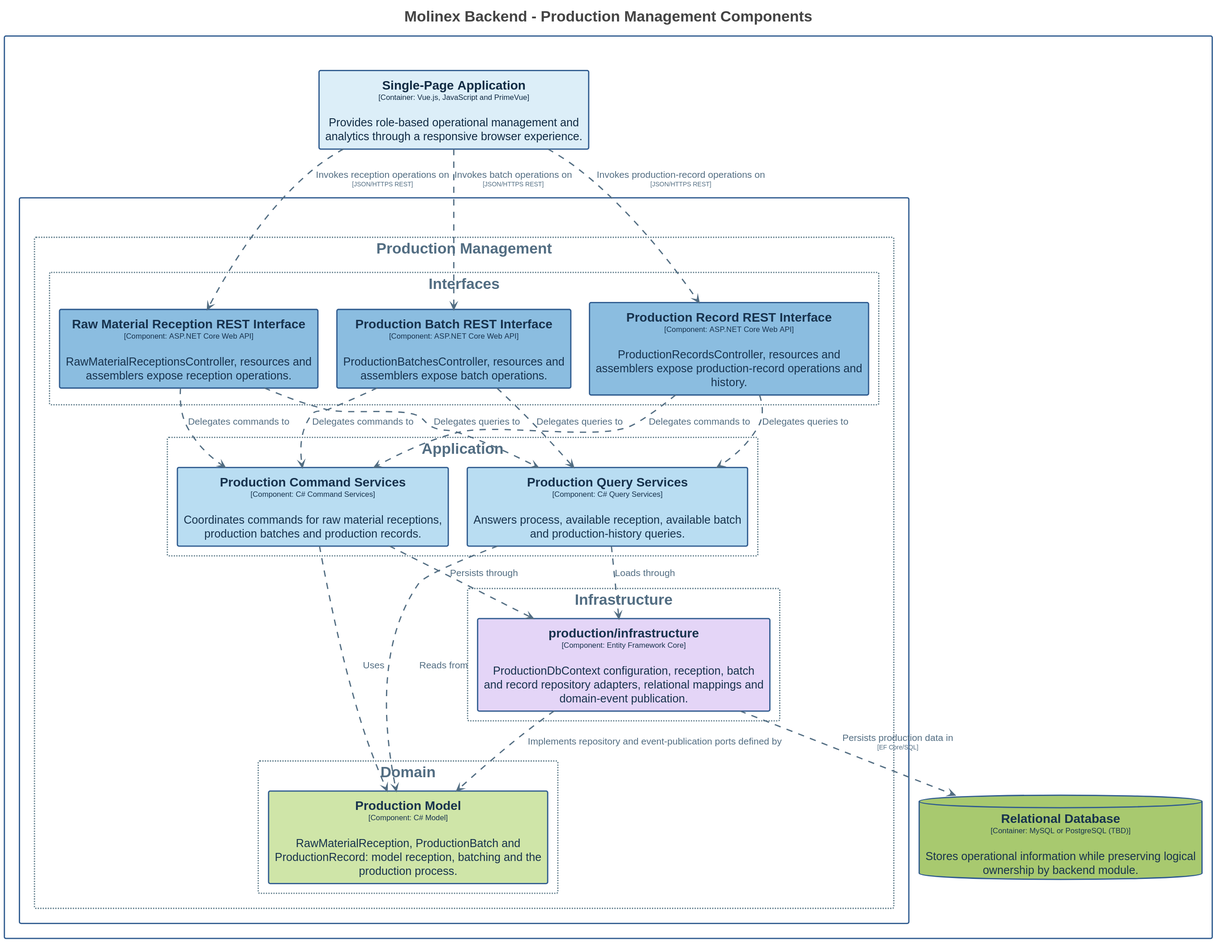
Above: assets/Images Chapter 4/Domain-Driven Software Architecture/C4 Model/backend-production-management-component-diagram.svg in Vanguard-app-web/molinex-report-apweb (PlantUML), before the change. The source it was exported from:
```plantuml
@startuml
title <size:24>Molinex Backend - Production Management Components</size>

set separator none
top to bottom direction
skinparam ranksep 60
skinparam nodesep 30
hide stereotype

<style>
  root {
    BackgroundColor: #ffffff;
    FontColor: #444444;
  }
  // Element,Component,Backend Application Layer
  .Element-RWxlbWVudCxDb21wb25lbnQsQmFja2VuZCBBcHBsaWNhdGlvbiBMYXllcg== {
    BackgroundColor: #b9ddf2;
    LineColor: #2f5b8f;
    LineStyle: 0;
    LineThickness: 2;
    FontColor: #17324d;
    FontSize: 18;
    HorizontalAlignment: center;
    Shadowing: 0;
    MaximumWidth: 450;
  }
  // Element,Component,Backend Domain
  .Element-RWxlbWVudCxDb21wb25lbnQsQmFja2VuZCBEb21haW4= {
    BackgroundColor: #cfe5a8;
    LineColor: #2f5b8f;
    LineStyle: 0;
    LineThickness: 2;
    FontColor: #17324d;
    FontSize: 18;
    HorizontalAlignment: center;
    Shadowing: 0;
    MaximumWidth: 450;
  }
  // Element,Component,Backend Infrastructure
  .Element-RWxlbWVudCxDb21wb25lbnQsQmFja2VuZCBJbmZyYXN0cnVjdHVyZQ== {
    BackgroundColor: #e4d5f7;
    LineColor: #2f5b8f;
    LineStyle: 0;
    LineThickness: 2;
    FontColor: #17324d;
    FontSize: 18;
    HorizontalAlignment: center;
    Shadowing: 0;
    MaximumWidth: 450;
  }
  // Element,Component,Backend Interfaces
  .Element-RWxlbWVudCxDb21wb25lbnQsQmFja2VuZCBJbnRlcmZhY2Vz {
    BackgroundColor: #8bbde0;
    LineColor: #2f5b8f;
    LineStyle: 0;
    LineThickness: 2;
    FontColor: #17324d;
    FontSize: 18;
    HorizontalAlignment: center;
    Shadowing: 0;
    MaximumWidth: 450;
  }
  // Element,Container,Database
  .Element-RWxlbWVudCxDb250YWluZXIsRGF0YWJhc2U= {
    BackgroundColor: #a8c96f;
    LineColor: #2f5b8f;
    LineStyle: 0;
    LineThickness: 2;
    FontColor: #17324d;
    FontSize: 18;
    HorizontalAlignment: center;
    Shadowing: 0;
    MaximumWidth: 450;
  }
  // Element,Container,SPA
  .Element-RWxlbWVudCxDb250YWluZXIsU1BB {
    BackgroundColor: #dceef8;
    LineColor: #2f5b8f;
    LineStyle: 0;
    LineThickness: 2;
    FontColor: #102a43;
    FontSize: 18;
    HorizontalAlignment: center;
    Shadowing: 0;
    MaximumWidth: 450;
  }
  // Relationship
  .Relationship-UmVsYXRpb25zaGlw {
    LineThickness: 2;
    LineStyle: 10-10;
    LineColor: #526d82;
    FontColor: #526d82;
    FontSize: 15;
  }
  // Molinex Platform
  .Boundary-TW9saW5leCBQbGF0Zm9ybQ== {
    BackgroundColor: #ffffff;
    LineColor: #2f5b8f;
    LineStyle: 0;
    LineThickness: 2;
    FontColor: #ffffff;
    FontSize: 18;
    HorizontalAlignment: center;
    Shadowing: 0;
  }
  // RESTful API
  .Boundary-UkVTVGZ1bCBBUEk= {
    BackgroundColor: #ffffff;
    LineColor: #2f5b8f;
    LineStyle: 0;
    LineThickness: 2;
    FontColor: #ffffff;
    FontSize: 18;
    HorizontalAlignment: center;
    Shadowing: 0;
  }
  // Production Management
  .Group-UHJvZHVjdGlvbiBNYW5hZ2VtZW50 {
    BackgroundColor: #ffffff;
    LineColor: #607d8b;
    LineStyle: 2-2;
    LineThickness: 2;
    FontColor: #526d82;
    FontSize: 24;
    HorizontalAlignment: center;
    Shadowing: 0;
  }
  // Production Management/Application
  .Group-UHJvZHVjdGlvbiBNYW5hZ2VtZW50L0FwcGxpY2F0aW9u {
    BackgroundColor: #ffffff;
    LineColor: #607d8b;
    LineStyle: 2-2;
    LineThickness: 2;
    FontColor: #526d82;
    FontSize: 24;
    HorizontalAlignment: center;
    Shadowing: 0;
  }
  // Production Management/Domain
  .Group-UHJvZHVjdGlvbiBNYW5hZ2VtZW50L0RvbWFpbg== {
    BackgroundColor: #ffffff;
    LineColor: #607d8b;
    LineStyle: 2-2;
    LineThickness: 2;
    FontColor: #526d82;
    FontSize: 24;
    HorizontalAlignment: center;
    Shadowing: 0;
  }
  // Production Management/Infrastructure
  .Group-UHJvZHVjdGlvbiBNYW5hZ2VtZW50L0luZnJhc3RydWN0dXJl {
    BackgroundColor: #ffffff;
    LineColor: #607d8b;
    LineStyle: 2-2;
    LineThickness: 2;
    FontColor: #526d82;
    FontSize: 24;
    HorizontalAlignment: center;
    Shadowing: 0;
  }
  // Production Management/Interfaces
  .Group-UHJvZHVjdGlvbiBNYW5hZ2VtZW50L0ludGVyZmFjZXM= {
    BackgroundColor: #ffffff;
    LineColor: #607d8b;
    LineStyle: 2-2;
    LineThickness: 2;
    FontColor: #526d82;
    FontSize: 24;
    HorizontalAlignment: center;
    Shadowing: 0;
  }
</style>

rectangle "Molinex Platform\n<size:12>[Software System]</size>" <<Boundary-TW9saW5leCBQbGF0Zm9ybQ==>> {
  rectangle "RESTful API\n<size:12>[Container: C#, ASP.NET Core and Entity Framework Core]</size>" <<Boundary-UkVTVGZ1bCBBUEk=>> {
    rectangle "Production Management" <<Group-UHJvZHVjdGlvbiBNYW5hZ2VtZW50>> as groupUHJvZHVjdGlvbiBNYW5hZ2VtZW50 {
        rectangle "Application" <<Group-UHJvZHVjdGlvbiBNYW5hZ2VtZW50L0FwcGxpY2F0aW9u>> as groupUHJvZHVjdGlvbiBNYW5hZ2VtZW50L0FwcGxpY2F0aW9u {
          rectangle "==Production Command Services\n<size:12>[Component: C# Command Services]</size>\n\nCoordinates commands for raw material receptions, production batches and production records." <<Element-RWxlbWVudCxDb21wb25lbnQsQmFja2VuZCBBcHBsaWNhdGlvbiBMYXllcg==>> as MolinexPlatform.RESTfulAPI.ProductionCommandServices
          rectangle "==Production Query Services\n<size:12>[Component: C# Query Services]</size>\n\nAnswers process, available reception, available batch and production-history queries." <<Element-RWxlbWVudCxDb21wb25lbnQsQmFja2VuZCBBcHBsaWNhdGlvbiBMYXllcg==>> as MolinexPlatform.RESTfulAPI.ProductionQueryServices
        }

        rectangle "Domain" <<Group-UHJvZHVjdGlvbiBNYW5hZ2VtZW50L0RvbWFpbg==>> as groupUHJvZHVjdGlvbiBNYW5hZ2VtZW50L0RvbWFpbg== {
          rectangle "==Production Model\n<size:12>[Component: C# Model]</size>\n\nRawMaterialReception, ProductionBatch and ProductionRecord: model reception, batching and the production process." <<Element-RWxlbWVudCxDb21wb25lbnQsQmFja2VuZCBEb21haW4=>> as MolinexPlatform.RESTfulAPI.ProductionModel
        }

        rectangle "Infrastructure" <<Group-UHJvZHVjdGlvbiBNYW5hZ2VtZW50L0luZnJhc3RydWN0dXJl>> as groupUHJvZHVjdGlvbiBNYW5hZ2VtZW50L0luZnJhc3RydWN0dXJl {
          rectangle "==production/infrastructure\n<size:12>[Component: Entity Framework Core]</size>\n\nProductionDbContext configuration, reception, batch and record repository adapters, relational mappings and domain-event publication." <<Element-RWxlbWVudCxDb21wb25lbnQsQmFja2VuZCBJbmZyYXN0cnVjdHVyZQ==>> as MolinexPlatform.RESTfulAPI.productioninfrastructure
        }

        rectangle "Interfaces" <<Group-UHJvZHVjdGlvbiBNYW5hZ2VtZW50L0ludGVyZmFjZXM=>> as groupUHJvZHVjdGlvbiBNYW5hZ2VtZW50L0ludGVyZmFjZXM= {
          rectangle "==Raw Material Reception REST Interface\n<size:12>[Component: ASP.NET Core Web API]</size>\n\nRawMaterialReceptionsController, resources and assemblers expose reception operations." <<Element-RWxlbWVudCxDb21wb25lbnQsQmFja2VuZCBJbnRlcmZhY2Vz>> as MolinexPlatform.RESTfulAPI.RawMaterialReceptionRESTInterface
          rectangle "==Production Batch REST Interface\n<size:12>[Component: ASP.NET Core Web API]</size>\n\nProductionBatchesController, resources and assemblers expose batch operations." <<Element-RWxlbWVudCxDb21wb25lbnQsQmFja2VuZCBJbnRlcmZhY2Vz>> as MolinexPlatform.RESTfulAPI.ProductionBatchRESTInterface
          rectangle "==Production Record REST Interface\n<size:12>[Component: ASP.NET Core Web API]</size>\n\nProductionRecordsController, resources and assemblers expose production-record operations and history." <<Element-RWxlbWVudCxDb21wb25lbnQsQmFja2VuZCBJbnRlcmZhY2Vz>> as MolinexPlatform.RESTfulAPI.ProductionRecordRESTInterface
        }

    }

  }

  rectangle "==Single-Page Application\n<size:12>[Container: Vue.js, JavaScript and PrimeVue]</size>\n\nProvides role-based operational management and analytics through a responsive browser experience." <<Element-RWxlbWVudCxDb250YWluZXIsU1BB>> as MolinexPlatform.SinglePageApplication
  database "==Relational Database\n<size:12>[Container: MySQL or PostgreSQL (TBD)]</size>\n\nStores operational information while preserving logical ownership by backend module." <<Element-RWxlbWVudCxDb250YWluZXIsRGF0YWJhc2U=>> as MolinexPlatform.RelationalDatabase
}

MolinexPlatform.SinglePageApplication --> MolinexPlatform.RESTfulAPI.RawMaterialReceptionRESTInterface <<Relationship-UmVsYXRpb25zaGlw>> : "Invokes reception operations on\n<size:10>[JSON/HTTPS REST]</size>"
MolinexPlatform.SinglePageApplication --> MolinexPlatform.RESTfulAPI.ProductionBatchRESTInterface <<Relationship-UmVsYXRpb25zaGlw>> : "Invokes batch operations on\n<size:10>[JSON/HTTPS REST]</size>"
MolinexPlatform.SinglePageApplication --> MolinexPlatform.RESTfulAPI.ProductionRecordRESTInterface <<Relationship-UmVsYXRpb25zaGlw>> : "Invokes production-record operations on\n<size:10>[JSON/HTTPS REST]</size>"
MolinexPlatform.RESTfulAPI.RawMaterialReceptionRESTInterface --> MolinexPlatform.RESTfulAPI.ProductionCommandServices <<Relationship-UmVsYXRpb25zaGlw>> : "Delegates commands to"
MolinexPlatform.RESTfulAPI.RawMaterialReceptionRESTInterface --> MolinexPlatform.RESTfulAPI.ProductionQueryServices <<Relationship-UmVsYXRpb25zaGlw>> : "Delegates queries to"
MolinexPlatform.RESTfulAPI.ProductionBatchRESTInterface --> MolinexPlatform.RESTfulAPI.ProductionCommandServices <<Relationship-UmVsYXRpb25zaGlw>> : "Delegates commands to"
MolinexPlatform.RESTfulAPI.ProductionBatchRESTInterface --> MolinexPlatform.RESTfulAPI.ProductionQueryServices <<Relationship-UmVsYXRpb25zaGlw>> : "Delegates queries to"
MolinexPlatform.RESTfulAPI.ProductionRecordRESTInterface --> MolinexPlatform.RESTfulAPI.ProductionCommandServices <<Relationship-UmVsYXRpb25zaGlw>> : "Delegates commands to"
MolinexPlatform.RESTfulAPI.ProductionRecordRESTInterface --> MolinexPlatform.RESTfulAPI.ProductionQueryServices <<Relationship-UmVsYXRpb25zaGlw>> : "Delegates queries to"
MolinexPlatform.RESTfulAPI.ProductionCommandServices --> MolinexPlatform.RESTfulAPI.ProductionModel <<Relationship-UmVsYXRpb25zaGlw>> : "Uses"
MolinexPlatform.RESTfulAPI.ProductionQueryServices --> MolinexPlatform.RESTfulAPI.ProductionModel <<Relationship-UmVsYXRpb25zaGlw>> : "Reads from"
MolinexPlatform.RESTfulAPI.ProductionCommandServices --> MolinexPlatform.RESTfulAPI.productioninfrastructure <<Relationship-UmVsYXRpb25zaGlw>> : "Persists through"
MolinexPlatform.RESTfulAPI.ProductionQueryServices --> MolinexPlatform.RESTfulAPI.productioninfrastructure <<Relationship-UmVsYXRpb25zaGlw>> : "Loads through"
MolinexPlatform.RESTfulAPI.productioninfrastructure --> MolinexPlatform.RESTfulAPI.ProductionModel <<Relationship-UmVsYXRpb25zaGlw>> : "Implements repository and event-publication ports defined by"
MolinexPlatform.RESTfulAPI.productioninfrastructure --> MolinexPlatform.RelationalDatabase <<Relationship-UmVsYXRpb25zaGlw>> : "Persists production data in\n<size:10>[EF Core/SQL]</size>"
@enduml
```
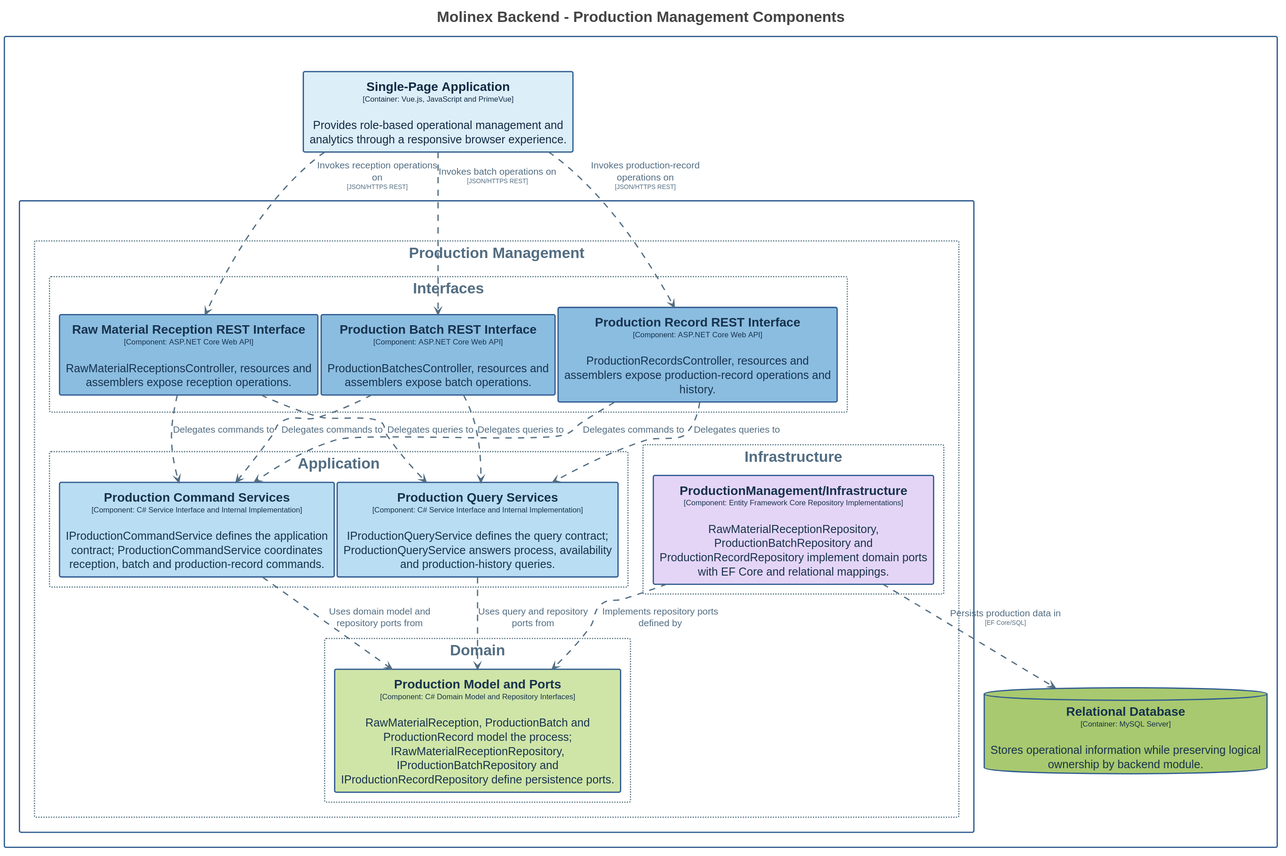
Above is the later version.

What changed in the source:
```diff
@@ -3,8 +3,8 @@
 
 set separator none
 top to bottom direction
-skinparam ranksep 60
-skinparam nodesep 30
+skinparam ranksep 20
+skinparam nodesep 5
 hide stereotype
 
 <style>
@@ -91,6 +91,7 @@
     LineColor: #526d82;
     FontColor: #526d82;
     FontSize: 15;
+    MaximumWidth: 200;
   }
   // Molinex Platform
   .Boundary-TW9saW5leCBQbGF0Zm9ybQ== {
@@ -173,21 +174,21 @@
 
 rectangle "Molinex Platform\n<size:12>[Software System]</size>" <<Boundary-TW9saW5leCBQbGF0Zm9ybQ==>> {
   rectangle "RESTful API\n<size:12>[Container: C#, ASP.NET Core and Entity Framework Core]</size>" <<Boundary-UkVTVGZ1bCBBUEk=>> {
-    rectangle "Production Management" <<Group-UHJvZHVjdGlvbiBNYW5hZ2VtZW50>> as groupUHJvZHVjdGlvbiBNYW5hZ2VtZW50 {
-        rectangle "Application" <<Group-UHJvZHVjdGlvbiBNYW5hZ2VtZW50L0FwcGxpY2F0aW9u>> as groupUHJvZHVjdGlvbiBNYW5hZ2VtZW50L0FwcGxpY2F0aW9u {
-          rectangle "==Production Command Services\n<size:12>[Component: C# Command Services]</size>\n\nCoordinates commands for raw material receptions, production batches and production records." <<Element-RWxlbWVudCxDb21wb25lbnQsQmFja2VuZCBBcHBsaWNhdGlvbiBMYXllcg==>> as MolinexPlatform.RESTfulAPI.ProductionCommandServices
-          rectangle "==Production Query Services\n<size:12>[Component: C# Query Services]</size>\n\nAnswers process, available reception, available batch and production-history queries." <<Element-RWxlbWVudCxDb21wb25lbnQsQmFja2VuZCBBcHBsaWNhdGlvbiBMYXllcg==>> as MolinexPlatform.RESTfulAPI.ProductionQueryServices
+    rectangle "Production Management" <<Group-UHJvZHVjdGlvbiBNYW5hZ2VtZW50>> as group53 {
+        rectangle "Application" <<Group-UHJvZHVjdGlvbiBNYW5hZ2VtZW50L0FwcGxpY2F0aW9u>> as group54 {
+          rectangle "==Production Command Services\n<size:12>[Component: C# Service Interface and Internal Implementation]</size>\n\nIProductionCommandService defines the application contract; ProductionCommandService coordinates reception, batch and production-record commands." <<Element-RWxlbWVudCxDb21wb25lbnQsQmFja2VuZCBBcHBsaWNhdGlvbiBMYXllcg==>> as MolinexPlatform.RESTfulAPI.ProductionCommandServices
+          rectangle "==Production Query Services\n<size:12>[Component: C# Service Interface and Internal Implementation]</size>\n\nIProductionQueryService defines the query contract; ProductionQueryService answers process, availability and production-history queries." <<Element-RWxlbWVudCxDb21wb25lbnQsQmFja2VuZCBBcHBsaWNhdGlvbiBMYXllcg==>> as MolinexPlatform.RESTfulAPI.ProductionQueryServices
         }
 
-        rectangle "Domain" <<Group-UHJvZHVjdGlvbiBNYW5hZ2VtZW50L0RvbWFpbg==>> as groupUHJvZHVjdGlvbiBNYW5hZ2VtZW50L0RvbWFpbg== {
-          rectangle "==Production Model\n<size:12>[Component: C# Model]</size>\n\nRawMaterialReception, ProductionBatch and ProductionRecord: model reception, batching and the production process." <<Element-RWxlbWVudCxDb21wb25lbnQsQmFja2VuZCBEb21haW4=>> as MolinexPlatform.RESTfulAPI.ProductionModel
+        rectangle "Domain" <<Group-UHJvZHVjdGlvbiBNYW5hZ2VtZW50L0RvbWFpbg==>> as group55 {
+          rectangle "==Production Model and Ports\n<size:12>[Component: C# Domain Model and Repository Interfaces]</size>\n\nRawMaterialReception, ProductionBatch and ProductionRecord model the process; IRawMaterialReceptionRepository, IProductionBatchRepository and IProductionRecordRepository define persistence ports." <<Element-RWxlbWVudCxDb21wb25lbnQsQmFja2VuZCBEb21haW4=>> as MolinexPlatform.RESTfulAPI.ProductionModelandPorts
         }
 
-        rectangle "Infrastructure" <<Group-UHJvZHVjdGlvbiBNYW5hZ2VtZW50L0luZnJhc3RydWN0dXJl>> as groupUHJvZHVjdGlvbiBNYW5hZ2VtZW50L0luZnJhc3RydWN0dXJl {
-          rectangle "==production/infrastructure\n<size:12>[Component: Entity Framework Core]</size>\n\nProductionDbContext configuration, reception, batch and record repository adapters, relational mappings and domain-event publication." <<Element-RWxlbWVudCxDb21wb25lbnQsQmFja2VuZCBJbmZyYXN0cnVjdHVyZQ==>> as MolinexPlatform.RESTfulAPI.productioninfrastructure
+        rectangle "Infrastructure" <<Group-UHJvZHVjdGlvbiBNYW5hZ2VtZW50L0luZnJhc3RydWN0dXJl>> as group56 {
+          rectangle "==ProductionManagement/Infrastructure\n<size:12>[Component: Entity Framework Core Repository Implementations]</size>\n\nRawMaterialReceptionRepository, ProductionBatchRepository and ProductionRecordRepository implement domain ports with EF Core and relational mappings." <<Element-RWxlbWVudCxDb21wb25lbnQsQmFja2VuZCBJbmZyYXN0cnVjdHVyZQ==>> as MolinexPlatform.RESTfulAPI.ProductionManagementInfrastructure
         }
 
-        rectangle "Interfaces" <<Group-UHJvZHVjdGlvbiBNYW5hZ2VtZW50L0ludGVyZmFjZXM=>> as groupUHJvZHVjdGlvbiBNYW5hZ2VtZW50L0ludGVyZmFjZXM= {
+        rectangle "Interfaces" <<Group-UHJvZHVjdGlvbiBNYW5hZ2VtZW50L0ludGVyZmFjZXM=>> as group57 {
           rectangle "==Raw Material Reception REST Interface\n<size:12>[Component: ASP.NET Core Web API]</size>\n\nRawMaterialReceptionsController, resources and assemblers expose reception operations." <<Element-RWxlbWVudCxDb21wb25lbnQsQmFja2VuZCBJbnRlcmZhY2Vz>> as MolinexPlatform.RESTfulAPI.RawMaterialReceptionRESTInterface
           rectangle "==Production Batch REST Interface\n<size:12>[Component: ASP.NET Core Web API]</size>\n\nProductionBatchesController, resources and assemblers expose batch operations." <<Element-RWxlbWVudCxDb21wb25lbnQsQmFja2VuZCBJbnRlcmZhY2Vz>> as MolinexPlatform.RESTfulAPI.ProductionBatchRESTInterface
           rectangle "==Production Record REST Interface\n<size:12>[Component: ASP.NET Core Web API]</size>\n\nProductionRecordsController, resources and assemblers expose production-record operations and history." <<Element-RWxlbWVudCxDb21wb25lbnQsQmFja2VuZCBJbnRlcmZhY2Vz>> as MolinexPlatform.RESTfulAPI.ProductionRecordRESTInterface
@@ -198,7 +199,7 @@
   }
 
   rectangle "==Single-Page Application\n<size:12>[Container: Vue.js, JavaScript and PrimeVue]</size>\n\nProvides role-based operational management and analytics through a responsive browser experience." <<Element-RWxlbWVudCxDb250YWluZXIsU1BB>> as MolinexPlatform.SinglePageApplication
-  database "==Relational Database\n<size:12>[Container: MySQL or PostgreSQL (TBD)]</size>\n\nStores operational information while preserving logical ownership by backend module." <<Element-RWxlbWVudCxDb250YWluZXIsRGF0YWJhc2U=>> as MolinexPlatform.RelationalDatabase
+  database "==Relational Database\n<size:12>[Container: MySQL Server]</size>\n\nStores operational information while preserving logical ownership by backend module." <<Element-RWxlbWVudCxDb250YWluZXIsRGF0YWJhc2U=>> as MolinexPlatform.RelationalDatabase
 }
 
 MolinexPlatform.SinglePageApplication --> MolinexPlatform.RESTfulAPI.RawMaterialReceptionRESTInterface <<Relationship-UmVsYXRpb25zaGlw>> : "Invokes reception operations on\n<size:10>[JSON/HTTPS REST]</size>"
@@ -210,10 +211,8 @@
 MolinexPlatform.RESTfulAPI.ProductionBatchRESTInterface --> MolinexPlatform.RESTfulAPI.ProductionQueryServices <<Relationship-UmVsYXRpb25zaGlw>> : "Delegates queries to"
 MolinexPlatform.RESTfulAPI.ProductionRecordRESTInterface --> MolinexPlatform.RESTfulAPI.ProductionCommandServices <<Relationship-UmVsYXRpb25zaGlw>> : "Delegates commands to"
 MolinexPlatform.RESTfulAPI.ProductionRecordRESTInterface --> MolinexPlatform.RESTfulAPI.ProductionQueryServices <<Relationship-UmVsYXRpb25zaGlw>> : "Delegates queries to"
-MolinexPlatform.RESTfulAPI.ProductionCommandServices --> MolinexPlatform.RESTfulAPI.ProductionModel <<Relationship-UmVsYXRpb25zaGlw>> : "Uses"
-MolinexPlatform.RESTfulAPI.ProductionQueryServices --> MolinexPlatform.RESTfulAPI.ProductionModel <<Relationship-UmVsYXRpb25zaGlw>> : "Reads from"
-MolinexPlatform.RESTfulAPI.ProductionCommandServices --> MolinexPlatform.RESTfulAPI.productioninfrastructure <<Relationship-UmVsYXRpb25zaGlw>> : "Persists through"
-MolinexPlatform.RESTfulAPI.ProductionQueryServices --> MolinexPlatform.RESTfulAPI.productioninfrastructure <<Relationship-UmVsYXRpb25zaGlw>> : "Loads through"
-MolinexPlatform.RESTfulAPI.productioninfrastructure --> MolinexPlatform.RESTfulAPI.ProductionModel <<Relationship-UmVsYXRpb25zaGlw>> : "Implements repository and event-publication ports defined by"
-MolinexPlatform.RESTfulAPI.productioninfrastructure --> MolinexPlatform.RelationalDatabase <<Relationship-UmVsYXRpb25zaGlw>> : "Persists production data in\n<size:10>[EF Core/SQL]</size>"
+MolinexPlatform.RESTfulAPI.ProductionCommandServices --> MolinexPlatform.RESTfulAPI.ProductionModelandPorts <<Relationship-UmVsYXRpb25zaGlw>> : "Uses domain model and repository ports from"
+MolinexPlatform.RESTfulAPI.ProductionQueryServices --> MolinexPlatform.RESTfulAPI.ProductionModelandPorts <<Relationship-UmVsYXRpb25zaGlw>> : "Uses query and repository ports from"
+MolinexPlatform.RESTfulAPI.ProductionManagementInfrastructure --> MolinexPlatform.RESTfulAPI.ProductionModelandPorts <<Relationship-UmVsYXRpb25zaGlw>> : "Implements repository ports defined by"
+MolinexPlatform.RESTfulAPI.ProductionManagementInfrastructure --> MolinexPlatform.RelationalDatabase <<Relationship-UmVsYXRpb25zaGlw>> : "Persists production data in\n<size:10>[EF Core/SQL]</size>"
 @enduml
```
